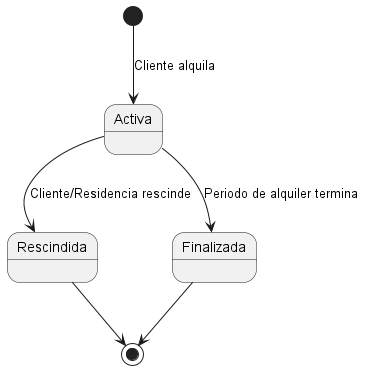
Before: src/diagrams/estados_alquiler.png, a diagram exported from PlantUML (FacuDemarchi/residencias).
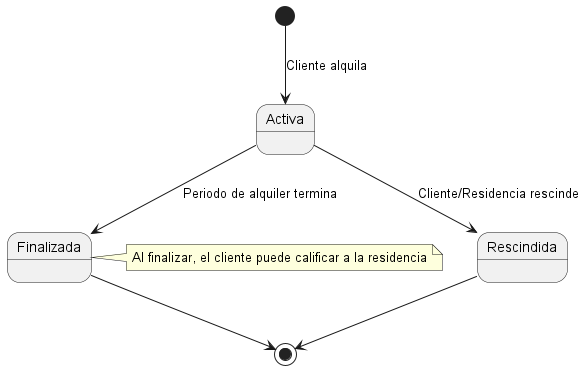
The same diagram one commit later.

Commit message:
Actualiza diagramas: se reemplazan los archivos de casos de uso, entidad relación y estados de alquiler por versiones nuevas.

Change to the diagram source:
```diff
@@ -9,4 +9,6 @@
 
 Finalizada --> [*]
 
+note right of Finalizada : Al finalizar, el cliente puede calificar a la residencia
+
 @enduml
```
